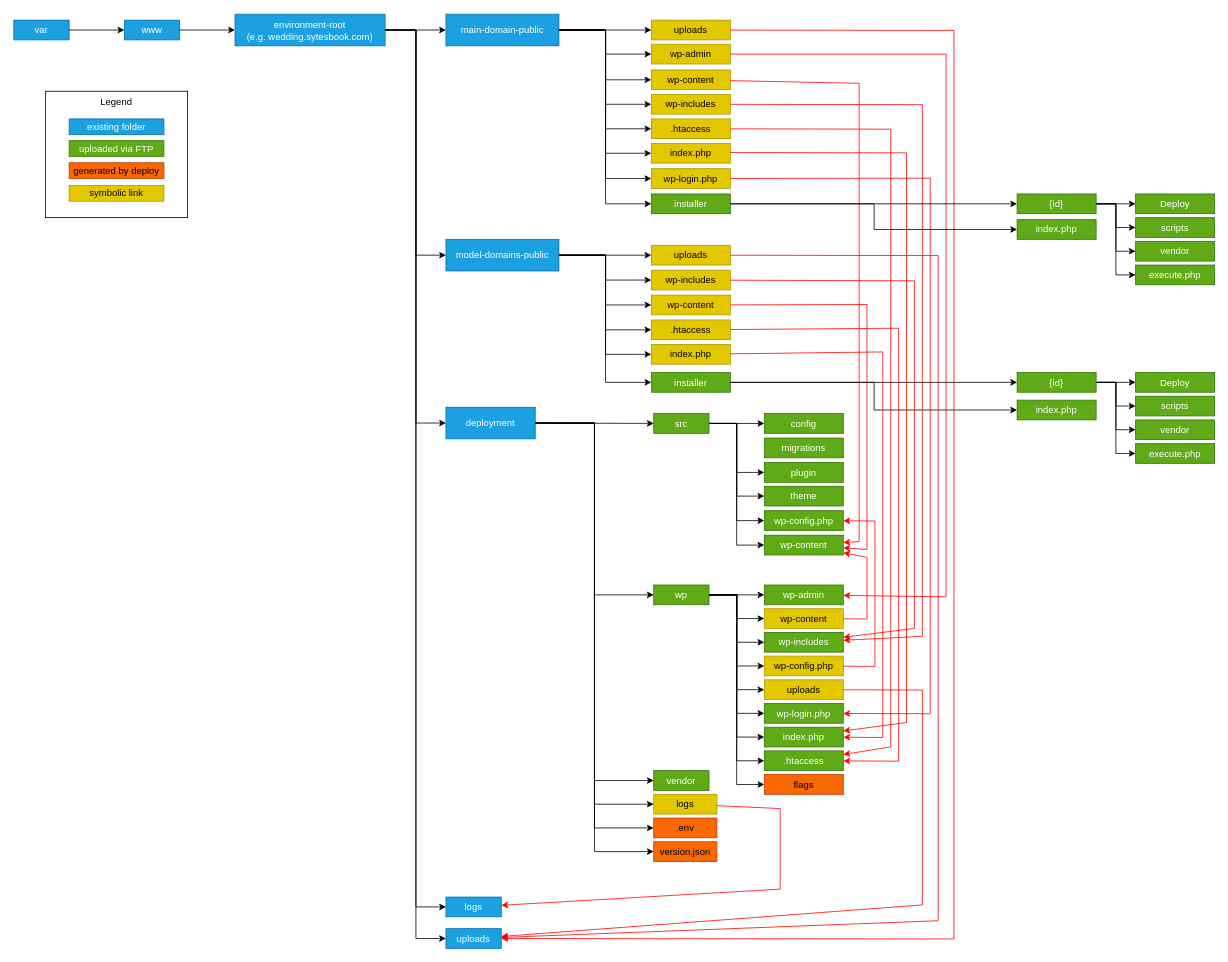
dkuratowski/sytesbook-wpwedding-deploy keeps this draw.io diagram as docs/sytesbook.wpwedding.deploy.drawio. Above is the earlier version. Source tidied: cells renumbered, new cells numbered last; positions are measured from the earlier drawing's top-left corner, leaving out a move shared by most shapes. Both pictures are drawn from the tidied source at 79%, with x=0, y=0 at pixel (13, 13).
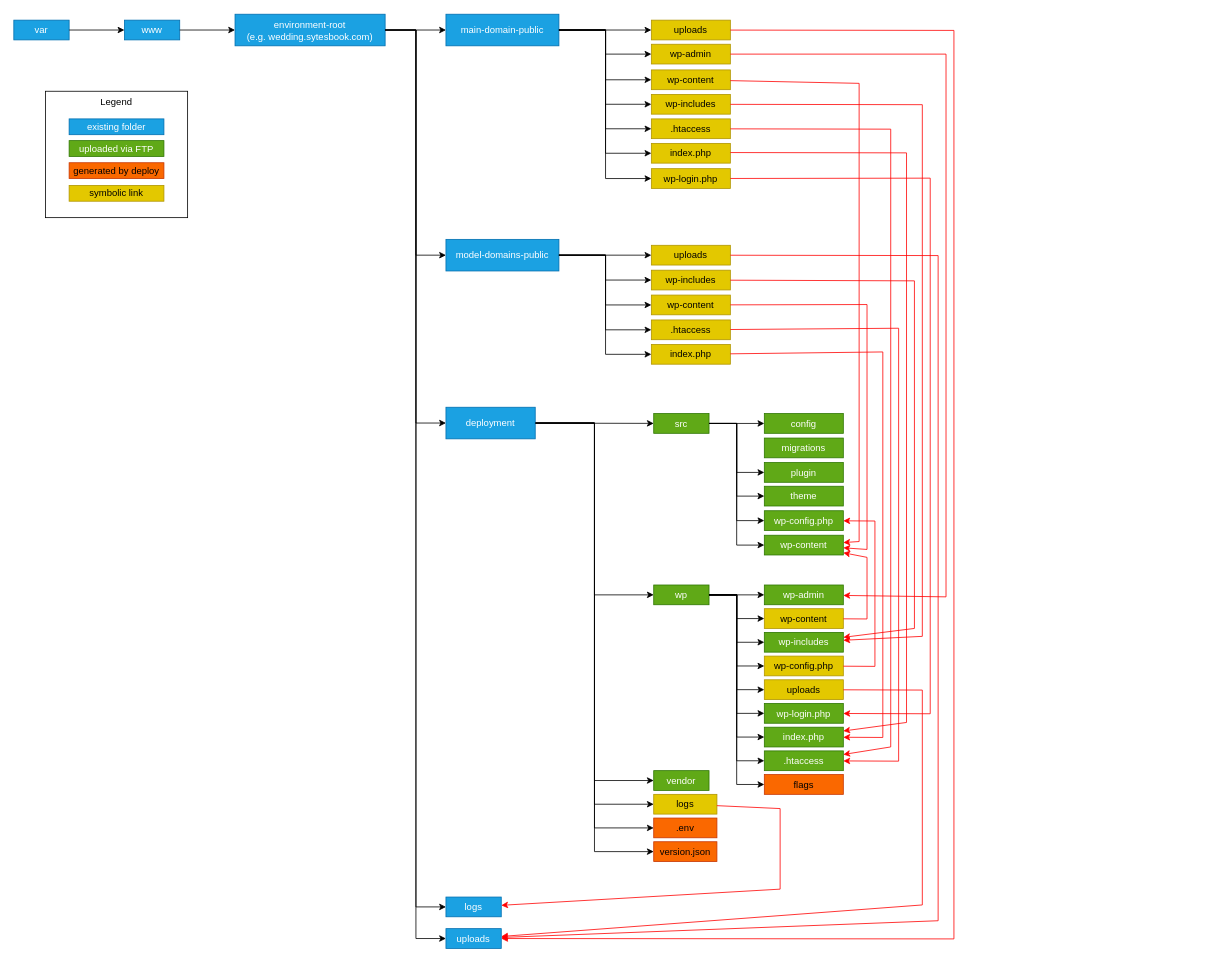
Above is the later version.

The change refers to these unchanged cells:
```xml
<mxCell id="22" value="main-domain-public" style="rounded=0;whiteSpace=wrap;html=1;fillColor=#1ba1e2;fontColor=#ffffff;strokeColor=#006EAF;" parent="1" vertex="1">
  <mxGeometry x="547" y="0.5" width="143" height="40" as="geometry" />
</mxCell>
<mxCell id="81" value="model-domains-public" style="rounded=0;whiteSpace=wrap;html=1;fillColor=#1ba1e2;fontColor=#ffffff;strokeColor=#006EAF;" parent="1" vertex="1">
  <mxGeometry x="547" y="285.5" width="143" height="40" as="geometry" />
</mxCell>
```

Change to the diagram source:
```diff
@@
-    <mxCell id="41" value="installer" style="rounded=0;whiteSpace=wrap;html=1;fillColor=#60a917;fontColor=#ffffff;strokeColor=#2D7600;" parent="1" vertex="1">
-      <mxGeometry x="807" y="454" width="100" height="25" as="geometry" />
-    </mxCell>
-    <mxCell id="42" value="{id}" style="rounded=0;whiteSpace=wrap;html=1;fillColor=#60a917;fontColor=#ffffff;strokeColor=#2D7600;" parent="1" vertex="1">
-      <mxGeometry x="1270" y="454" width="100" height="25" as="geometry" />
-    </mxCell>
-    <mxCell id="43" value="vendor" style="rounded=0;whiteSpace=wrap;html=1;fillColor=#60a917;fontColor=#ffffff;strokeColor=#2D7600;" parent="1" vertex="1">
-      <mxGeometry x="1420" y="514" width="100" height="25" as="geometry" />
-    </mxCell>
-    <mxCell id="44" value="execute.php" style="rounded=0;whiteSpace=wrap;html=1;fillColor=#60a917;fontColor=#ffffff;strokeColor=#2D7600;" parent="1" vertex="1">
-      <mxGeometry x="1420" y="544" width="100" height="25" as="geometry" />
-    </mxCell>
-    <mxCell id="45" style="endArrow=classic;html=1;rounded=0;" parent="1" edge="1" source="41" target="42">
-      <mxGeometry relative="1" as="geometry" />
-    </mxCell>
-    <mxCell id="46" style="endArrow=classic;html=1;rounded=0;edgeStyle=elbowEdgeStyle;" parent="1" edge="1" source="42" target="44">
-      <mxGeometry relative="1" as="geometry" />
-    </mxCell>
-    <mxCell id="47" value="index.php" style="rounded=0;whiteSpace=wrap;html=1;fillColor=#60a917;fontColor=#ffffff;strokeColor=#2D7600;" parent="1" vertex="1">
-      <mxGeometry x="1270" y="489" width="100" height="25" as="geometry" />
-    </mxCell>
-    <mxCell id="48" style="endArrow=classic;html=1;rounded=0;edgeStyle=elbowEdgeStyle;" parent="1" edge="1" source="42" target="43">
-      <mxGeometry relative="1" as="geometry" />
-    </mxCell>
-    <mxCell id="49" style="endArrow=classic;html=1;rounded=0;edgeStyle=elbowEdgeStyle;" parent="1" edge="1" source="41" target="47">
-      <mxGeometry relative="1" as="geometry" />
-    </mxCell>
@@
-    <mxCell id="55" value="scripts" style="rounded=0;whiteSpace=wrap;html=1;fillColor=#60a917;fontColor=#ffffff;strokeColor=#2D7600;" parent="1" vertex="1">
-      <mxGeometry x="1420" y="484" width="100" height="25" as="geometry" />
-    </mxCell>
-    <mxCell id="56" style="endArrow=classic;html=1;rounded=0;edgeStyle=elbowEdgeStyle;" parent="1" edge="1" source="42" target="55">
-      <mxGeometry relative="1" as="geometry" />
-    </mxCell>
-    <mxCell id="57" value="Deploy" style="rounded=0;whiteSpace=wrap;html=1;fillColor=#60a917;fontColor=#ffffff;strokeColor=#2D7600;" parent="1" vertex="1">
-      <mxGeometry x="1420" y="454" width="100" height="25" as="geometry" />
-    </mxCell>
-    <mxCell id="58" style="endArrow=classic;html=1;rounded=0;" parent="1" edge="1" source="42" target="57">
-      <mxGeometry relative="1" as="geometry" />
-    </mxCell>
@@
-    <mxCell id="115" value="installer" style="rounded=0;whiteSpace=wrap;html=1;fillColor=#60a917;fontColor=#ffffff;strokeColor=#2D7600;" parent="1" vertex="1">
-      <mxGeometry x="807" y="228" width="100" height="25" as="geometry" />
-    </mxCell>
-    <mxCell id="116" value="{id}" style="rounded=0;whiteSpace=wrap;html=1;fillColor=#60a917;fontColor=#ffffff;strokeColor=#2D7600;" parent="1" vertex="1">
-      <mxGeometry x="1270" y="228" width="100" height="25" as="geometry" />
-    </mxCell>
-    <mxCell id="117" value="vendor" style="rounded=0;whiteSpace=wrap;html=1;fillColor=#60a917;fontColor=#ffffff;strokeColor=#2D7600;" parent="1" vertex="1">
-      <mxGeometry x="1420" y="288" width="100" height="25" as="geometry" />
-    </mxCell>
-    <mxCell id="118" value="execute.php" style="rounded=0;whiteSpace=wrap;html=1;fillColor=#60a917;fontColor=#ffffff;strokeColor=#2D7600;" parent="1" vertex="1">
-      <mxGeometry x="1420" y="318" width="100" height="25" as="geometry" />
-    </mxCell>
-    <mxCell id="119" style="endArrow=classic;html=1;rounded=0;" parent="1" edge="1" source="115" target="116">
-      <mxGeometry relative="1" as="geometry" />
-    </mxCell>
-    <mxCell id="120" style="endArrow=classic;html=1;rounded=0;edgeStyle=elbowEdgeStyle;" parent="1" edge="1" source="116" target="118">
-      <mxGeometry relative="1" as="geometry" />
-    </mxCell>
-    <mxCell id="121" value="index.php" style="rounded=0;whiteSpace=wrap;html=1;fillColor=#60a917;fontColor=#ffffff;strokeColor=#2D7600;" parent="1" vertex="1">
-      <mxGeometry x="1270" y="260.5" width="100" height="25" as="geometry" />
-    </mxCell>
-    <mxCell id="122" style="endArrow=classic;html=1;rounded=0;edgeStyle=elbowEdgeStyle;" parent="1" edge="1" source="116" target="117">
-      <mxGeometry relative="1" as="geometry" />
-    </mxCell>
-    <mxCell id="123" style="endArrow=classic;html=1;rounded=0;edgeStyle=elbowEdgeStyle;" parent="1" edge="1" source="115" target="121">
-      <mxGeometry relative="1" as="geometry" />
-    </mxCell>
-    <mxCell id="124" value="scripts" style="rounded=0;whiteSpace=wrap;html=1;fillColor=#60a917;fontColor=#ffffff;strokeColor=#2D7600;" parent="1" vertex="1">
-      <mxGeometry x="1420" y="258" width="100" height="25" as="geometry" />
-    </mxCell>
-    <mxCell id="125" style="endArrow=classic;html=1;rounded=0;edgeStyle=elbowEdgeStyle;" parent="1" edge="1" source="116" target="124">
-      <mxGeometry relative="1" as="geometry" />
-    </mxCell>
-    <mxCell id="126" value="Deploy" style="rounded=0;whiteSpace=wrap;html=1;fillColor=#60a917;fontColor=#ffffff;strokeColor=#2D7600;" parent="1" vertex="1">
-      <mxGeometry x="1420" y="228" width="100" height="25" as="geometry" />
-    </mxCell>
-    <mxCell id="127" style="endArrow=classic;html=1;rounded=0;" parent="1" edge="1" source="116" target="126">
-      <mxGeometry relative="1" as="geometry" />
-    </mxCell>
-    <mxCell id="128" style="endArrow=classic;html=1;rounded=0;edgeStyle=elbowEdgeStyle;" parent="1" edge="1" source="22" target="115">
-      <mxGeometry relative="1" as="geometry" />
-    </mxCell>
-    <mxCell id="129" style="endArrow=classic;html=1;rounded=0;edgeStyle=elbowEdgeStyle;" parent="1" edge="1" source="81" target="41">
-      <mxGeometry relative="1" as="geometry" />
-    </mxCell>
```
